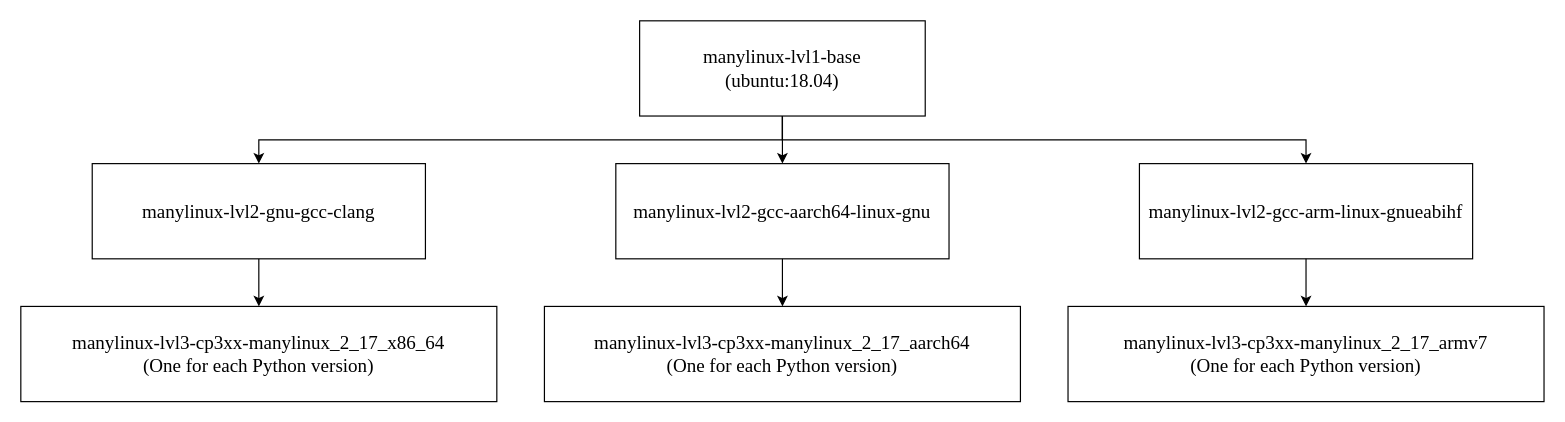
The draw.io diagram page "manylinux" (1 of 3) of images/Docker_layer_graph.drawio in andreslilloortiz/pookie, before the edit. Source tidied: cells renumbered, new cells numbered last; positions are measured from the earlier drawing's top-left corner, leaving out a move shared by most shapes. Both pictures are drawn from the tidied source at 119%, with x=0, y=0 at pixel (20, 20).
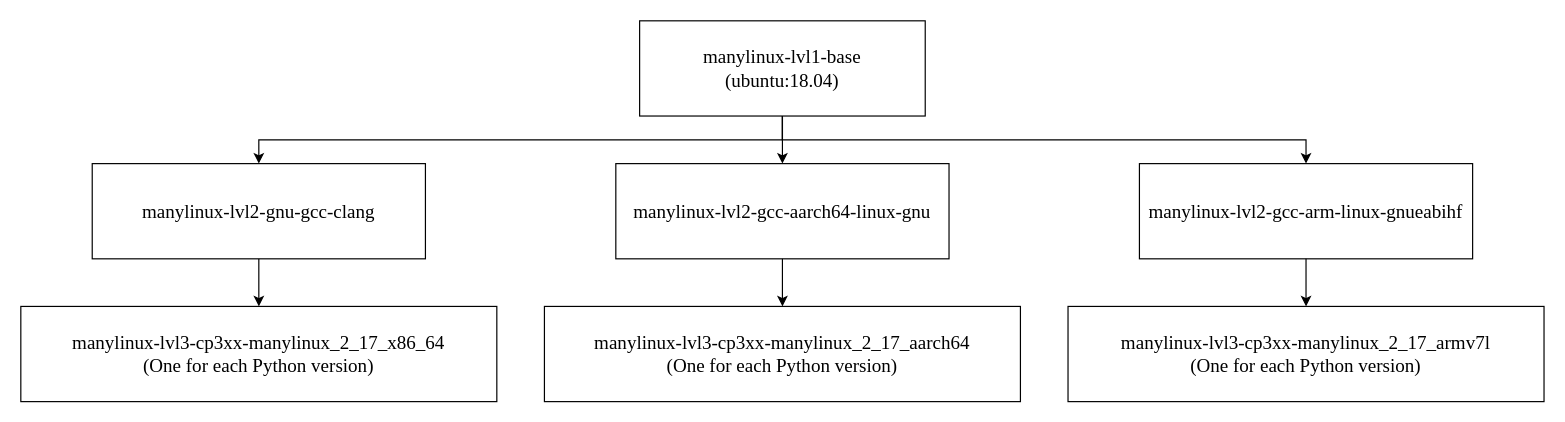
The same diagram, later.

What changed in the source:
```diff
@@
 <mxGraphModel>
   <root>
     <mxCell id="0" />
     <mxCell id="1" parent="0" />
     <mxCell id="2" style="edgeStyle=orthogonalEdgeStyle;rounded=0;jettySize=auto;html=1;exitX=0.5;exitY=1;exitDx=0;exitDy=0;entryX=0.5;entryY=0;entryDx=0;entryDy=0;fontSize=16;fontColor=default;fontFamily=Times New Roman;" parent="1" edge="1" source="3" target="5">
       <mxGeometry relative="1" as="geometry" />
     </mxCell>
     <mxCell id="3" value="&lt;font&gt;manylinux-lvl1-base&lt;/font&gt;&lt;div&gt;&lt;font&gt;(ubuntu:18.04)&lt;/font&gt;&lt;/div&gt;" style="rounded=0;whiteSpace=wrap;html=1;fontSize=16;gradientColor=none;fillColor=default;strokeColor=default;fontFamily=Times New Roman;" parent="1" vertex="1">
       <mxGeometry x="520" width="240" height="80" as="geometry" />
     </mxCell>
     <mxCell id="4" style="edgeStyle=orthogonalEdgeStyle;rounded=0;jettySize=auto;html=1;exitX=0.5;exitY=1;exitDx=0;exitDy=0;entryX=0.5;entryY=0;entryDx=0;entryDy=0;fontSize=16;fontColor=default;fontFamily=Times New Roman;" parent="1" edge="1" source="5" target="6">
       <mxGeometry relative="1" as="geometry" />
     </mxCell>
     <mxCell id="5" value="&lt;font&gt;manylinux-lvl2-gnu-gcc-clang&lt;/font&gt;" style="rounded=0;whiteSpace=wrap;html=1;strokeColor=default;fontSize=16;fontColor=default;fontFamily=Times New Roman;" parent="1" vertex="1">
       <mxGeometry x="60" y="120" width="280" height="80" as="geometry" />
     </mxCell>
     <mxCell id="6" value="&lt;font&gt;manylinux-&lt;span style=&quot;&quot;&gt;lvl3&lt;/span&gt;-&lt;span style=&quot;&quot;&gt;cp3xx-manylinux_2_17_x86_64&lt;/span&gt;&lt;br&gt;(One for each Python version)&lt;/font&gt;" style="rounded=0;whiteSpace=wrap;html=1;strokeColor=default;fontSize=16;fontColor=default;fontFamily=Times New Roman;" parent="1" vertex="1">
       <mxGeometry y="240" width="400" height="80" as="geometry" />
     </mxCell>
     <mxCell id="7" value="&lt;font&gt;manylinux-lvl2-gcc-aarch64-linux-gnu&lt;/font&gt;" style="rounded=0;whiteSpace=wrap;html=1;strokeColor=default;fontSize=16;fontColor=default;fontFamily=Times New Roman;" parent="1" vertex="1">
       <mxGeometry x="500" y="120" width="280" height="80" as="geometry" />
     </mxCell>
     <mxCell id="8" style="edgeStyle=orthogonalEdgeStyle;rounded=0;jettySize=auto;html=1;exitX=0.5;exitY=1;exitDx=0;exitDy=0;entryX=0.5;entryY=0;entryDx=0;entryDy=0;fontSize=16;fontColor=default;fontFamily=Times New Roman;" parent="1" edge="1" source="3" target="7">
       <mxGeometry relative="1" as="geometry" />
     </mxCell>
     <mxCell id="9" value="&lt;font&gt;manylinux-&lt;span style=&quot;&quot;&gt;lvl3&lt;/span&gt;-&lt;span style=&quot;&quot;&gt;cp3xx-manylinux_2_17_aarch64&lt;/span&gt;&lt;/font&gt;&lt;div&gt;&lt;font&gt;(One for each Python version)&lt;/font&gt;&lt;/div&gt;" style="rounded=0;whiteSpace=wrap;html=1;strokeColor=default;fontSize=16;fontColor=default;fontFamily=Times New Roman;" parent="1" vertex="1">
       <mxGeometry x="440" y="240" width="400" height="80" as="geometry" />
     </mxCell>
     <mxCell id="10" style="edgeStyle=orthogonalEdgeStyle;rounded=0;jettySize=auto;html=1;exitX=0.5;exitY=1;exitDx=0;exitDy=0;entryX=0.5;entryY=0;entryDx=0;entryDy=0;fontSize=16;fontColor=default;fontFamily=Times New Roman;" parent="1" edge="1" source="7" target="9">
       <mxGeometry relative="1" as="geometry" />
     </mxCell>
     <mxCell id="11" value="&lt;font&gt;manylinux-lvl2-gcc-arm-linux-gnueabihf&lt;/font&gt;" style="rounded=0;whiteSpace=wrap;html=1;strokeColor=default;fontSize=16;fontColor=default;fontFamily=Times New Roman;" parent="1" vertex="1">
       <mxGeometry x="940" y="120" width="280" height="80" as="geometry" />
     </mxCell>
     <mxCell id="12" style="edgeStyle=orthogonalEdgeStyle;rounded=0;jettySize=auto;html=1;exitX=0.5;exitY=1;exitDx=0;exitDy=0;entryX=0.5;entryY=0;entryDx=0;entryDy=0;fontSize=16;fontColor=default;fontFamily=Times New Roman;" parent="1" edge="1" source="3" target="11">
       <mxGeometry relative="1" as="geometry" />
     </mxCell>
-    <mxCell id="13" value="&lt;font&gt;manylinux-&lt;span style=&quot;&quot;&gt;lvl3&lt;/span&gt;-&lt;span style=&quot;&quot;&gt;cp3xx-manylinux_2_17&lt;/span&gt;&lt;/font&gt;_armv7&lt;div&gt;&lt;font&gt;(One for each Python version)&lt;/font&gt;&lt;/div&gt;" style="rounded=0;whiteSpace=wrap;html=1;strokeColor=default;fontSize=16;fontColor=default;fontFamily=Times New Roman;" parent="1" vertex="1">
+    <mxCell id="13" value="&lt;font&gt;manylinux-&lt;span style=&quot;&quot;&gt;lvl3&lt;/span&gt;-&lt;span style=&quot;&quot;&gt;cp3xx-manylinux_2_17&lt;/span&gt;&lt;/font&gt;_armv7l&lt;div&gt;&lt;font&gt;(One for each Python version)&lt;/font&gt;&lt;/div&gt;" style="rounded=0;whiteSpace=wrap;html=1;strokeColor=default;fontSize=16;fontColor=default;fontFamily=Times New Roman;" parent="1" vertex="1">
       <mxGeometry x="880" y="240" width="400" height="80" as="geometry" />
     </mxCell>
     <mxCell id="14" style="edgeStyle=orthogonalEdgeStyle;rounded=0;jettySize=auto;html=1;exitX=0.5;exitY=1;exitDx=0;exitDy=0;entryX=0.5;entryY=0;entryDx=0;entryDy=0;fontSize=16;fontColor=default;fontFamily=Times New Roman;" parent="1" edge="1" source="11" target="13">
       <mxGeometry relative="1" as="geometry" />
     </mxCell>
   </root>
 </mxGraphModel>
```
